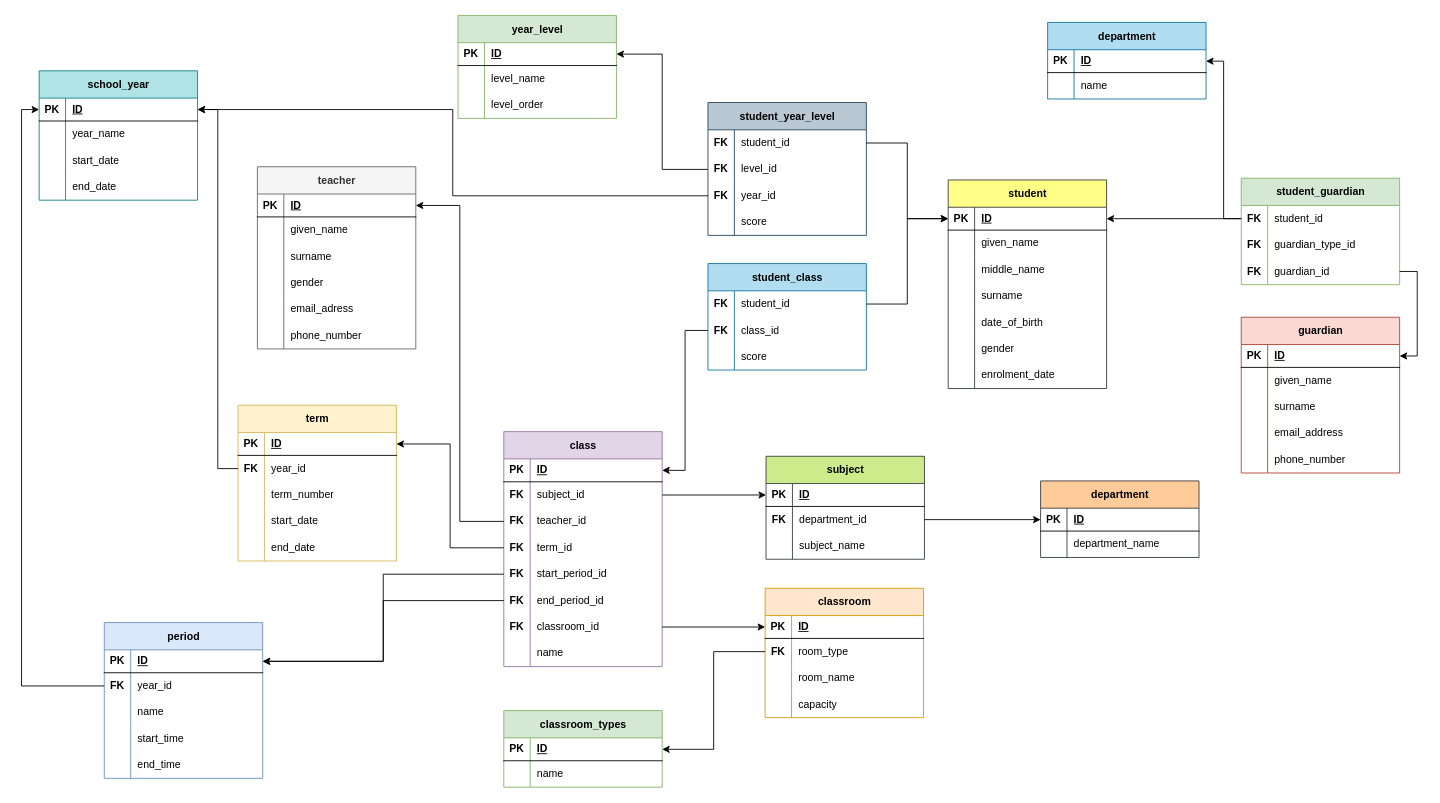
ManuelCarreiras/moz_sch keeps this draw.io diagram as page "Modelo de Dados Gestão Escolar" (3 of 4) of moz_school.drawio. Above is the earlier version. Source tidied: cells renumbered, new cells numbered last; positions are measured from the earlier drawing's top-left corner, leaving out a move shared by most shapes. Both pictures are drawn from the tidied source at 88%, with x=0, y=0 at pixel (39, 15).
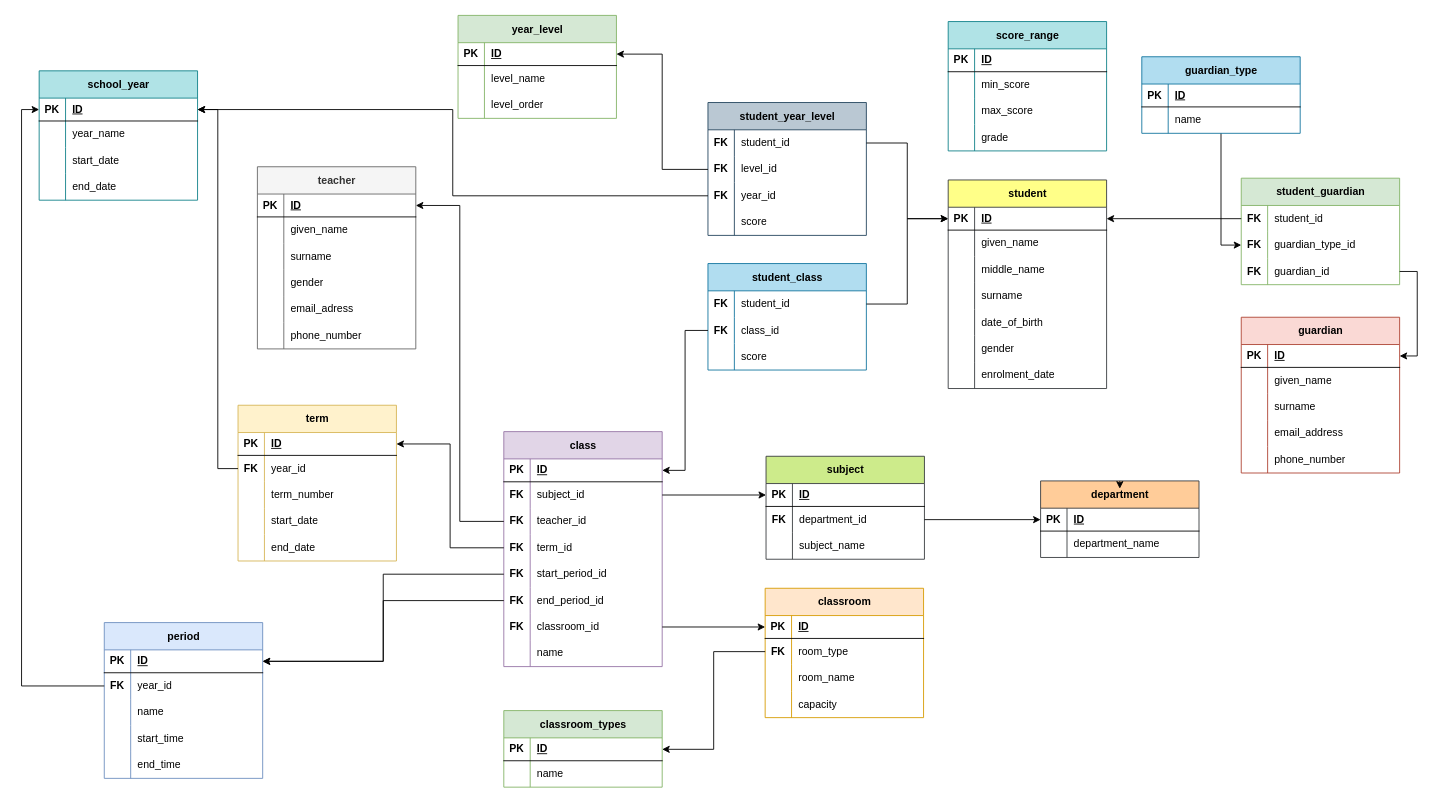
The same page after the edit.

Unchanged cells that the change refers to:
```xml
<mxCell id="190" value="department" style="shape=table;startSize=31;childLayout=tableLayout;rowLines=0;fontStyle=1;align=center;html=1;fillColor=#ffcc99;strokeColor=#36393d;" parent="1" vertex="1">
  <mxGeometry x="1138" y="529" width="180" height="87" as="geometry" />
</mxCell>
<mxCell id="215" style="shape=tableRow;horizontal=0;startSize=0;swimlaneHead=0;swimlaneBody=0;fillColor=none;points=[[0,0.5],[1,0.5]];portConstraint=eastwest;top=0;left=0;right=0;bottom=0;" parent="214" vertex="1">
  <mxGeometry y="31" width="180" height="30" as="geometry" />
</mxCell>
<mxCell id="218" style="shape=tableRow;horizontal=0;startSize=0;swimlaneHead=0;swimlaneBody=0;fillColor=none;points=[[0,0.5],[1,0.5]];portConstraint=eastwest;top=0;left=0;right=0;bottom=0;" parent="214" vertex="1">
  <mxGeometry y="61" width="180" height="30" as="geometry" />
</mxCell>
<mxCell id="227" style="shape=tableRow;horizontal=0;startSize=0;swimlaneHead=0;swimlaneBody=0;fillColor=none;points=[[0,0.5],[1,0.5]];portConstraint=eastwest;top=0;left=0;right=0;bottom=1;" parent="226" vertex="1">
  <mxGeometry y="31" width="180" height="26" as="geometry" />
</mxCell>
```

What changed in the source:
```diff
@@
+    <mxCell id="234" style="edgeStyle=orthogonalEdgeStyle;rounded=0;jettySize=auto;html=1;" parent="1" edge="1" source="226" target="218">
+      <mxGeometry relative="1" as="geometry" />
+    </mxCell>
-    <mxCell id="226" value="department" style="shape=table;startSize=31;childLayout=tableLayout;rowLines=0;fontStyle=1;align=center;html=1;fillColor=#b1ddf0;strokeColor=#10739e;" parent="1" vertex="1">
-      <mxGeometry x="1146" y="8" width="180" height="87" as="geometry" />
+    <mxCell id="226" value="guardian_type" style="shape=table;startSize=31;childLayout=tableLayout;rowLines=0;fontStyle=1;align=center;html=1;fillColor=#b1ddf0;strokeColor=#10739e;" parent="1" vertex="1">
+      <mxGeometry x="1253" y="47" width="180" height="87" as="geometry" />
     </mxCell>
@@
-    <mxCell id="233" style="edgeStyle=orthogonalEdgeStyle;rounded=0;jettySize=auto;html=1;entryX=1;entryY=0.5;entryDx=0;entryDy=0;" parent="1" edge="1" source="215" target="227">
-      <mxGeometry relative="1" as="geometry" />
-    </mxCell>
+    <mxCell id="235" style="edgeStyle=orthogonalEdgeStyle;rounded=0;orthogonalLoop=1;jettySize=auto;html=1;exitX=0.5;exitY=0;exitDx=0;exitDy=0;entryX=0.5;entryY=0.101;entryDx=0;entryDy=0;entryPerimeter=0;" parent="1" edge="1" source="190" target="190">
+      <mxGeometry relative="1" as="geometry" />
+    </mxCell>
+    <mxCell id="236" value="score_range" style="shape=table;startSize=31;childLayout=tableLayout;rowLines=0;fontStyle=1;align=center;html=1;fillColor=#b0e3e6;strokeColor=#0e8088;" parent="1" vertex="1">
+      <mxGeometry x="1033" y="7" width="180" height="147" as="geometry" />
+    </mxCell>
+    <mxCell id="237" style="shape=tableRow;horizontal=0;startSize=0;swimlaneHead=0;swimlaneBody=0;fillColor=none;top=0;left=0;right=0;bottom=1;" parent="236" vertex="1">
+      <mxGeometry y="31" width="180" height="26" as="geometry" />
+    </mxCell>
+    <mxCell id="238" value="PK" style="shape=partialRectangle;fillColor=none;top=0;left=0;bottom=0;right=0;fontStyle=1;overflow=hidden;whiteSpace=wrap;html=1;" parent="237" vertex="1">
+      <mxGeometry width="30" height="26" as="geometry" />
+    </mxCell>
+    <mxCell id="239" value="ID" style="shape=partialRectangle;fillColor=none;top=0;left=0;bottom=0;right=0;align=left;spacingLeft=6;fontStyle=5;overflow=hidden;whiteSpace=wrap;html=1;" parent="237" vertex="1">
+      <mxGeometry x="30" width="150" height="26" as="geometry" />
+    </mxCell>
+    <mxCell id="240" style="shape=tableRow;horizontal=0;startSize=0;swimlaneHead=0;swimlaneBody=0;fillColor=none;top=0;left=0;right=0;bottom=0;" parent="236" vertex="1">
+      <mxGeometry y="57" width="180" height="30" as="geometry" />
+    </mxCell>
+    <mxCell id="241" style="shape=partialRectangle;fillColor=none;top=0;left=0;bottom=0;right=0;overflow=hidden;whiteSpace=wrap;html=1;" parent="240" vertex="1">
+      <mxGeometry width="30" height="30" as="geometry" />
+    </mxCell>
+    <mxCell id="242" value="min_score" style="shape=partialRectangle;fillColor=none;top=0;left=0;bottom=0;right=0;align=left;spacingLeft=6;overflow=hidden;whiteSpace=wrap;html=1;" parent="240" vertex="1">
+      <mxGeometry x="30" width="150" height="30" as="geometry" />
+    </mxCell>
+    <mxCell id="243" style="shape=tableRow;horizontal=0;startSize=0;swimlaneHead=0;swimlaneBody=0;fillColor=none;top=0;left=0;right=0;bottom=0;" parent="236" vertex="1">
+      <mxGeometry y="87" width="180" height="30" as="geometry" />
+    </mxCell>
+    <mxCell id="244" style="shape=partialRectangle;fillColor=none;top=0;left=0;bottom=0;right=0;overflow=hidden;whiteSpace=wrap;html=1;" parent="243" vertex="1">
+      <mxGeometry width="30" height="30" as="geometry" />
+    </mxCell>
+    <mxCell id="245" value="max_score" style="shape=partialRectangle;fillColor=none;top=0;left=0;bottom=0;right=0;align=left;spacingLeft=6;overflow=hidden;whiteSpace=wrap;html=1;" parent="243" vertex="1">
+      <mxGeometry x="30" width="150" height="30" as="geometry" />
+    </mxCell>
+    <mxCell id="246" style="shape=tableRow;horizontal=0;startSize=0;swimlaneHead=0;swimlaneBody=0;fillColor=none;top=0;left=0;right=0;bottom=0;" parent="236" vertex="1">
+      <mxGeometry y="117" width="180" height="30" as="geometry" />
+    </mxCell>
+    <mxCell id="247" style="shape=partialRectangle;fillColor=none;top=0;left=0;bottom=0;right=0;overflow=hidden;whiteSpace=wrap;html=1;" parent="246" vertex="1">
+      <mxGeometry width="30" height="30" as="geometry" />
+    </mxCell>
+    <mxCell id="248" value="grade" style="shape=partialRectangle;fillColor=none;top=0;left=0;bottom=0;right=0;align=left;spacingLeft=6;overflow=hidden;whiteSpace=wrap;html=1;" parent="246" vertex="1">
+      <mxGeometry x="30" width="150" height="30" as="geometry" />
+    </mxCell>
```
